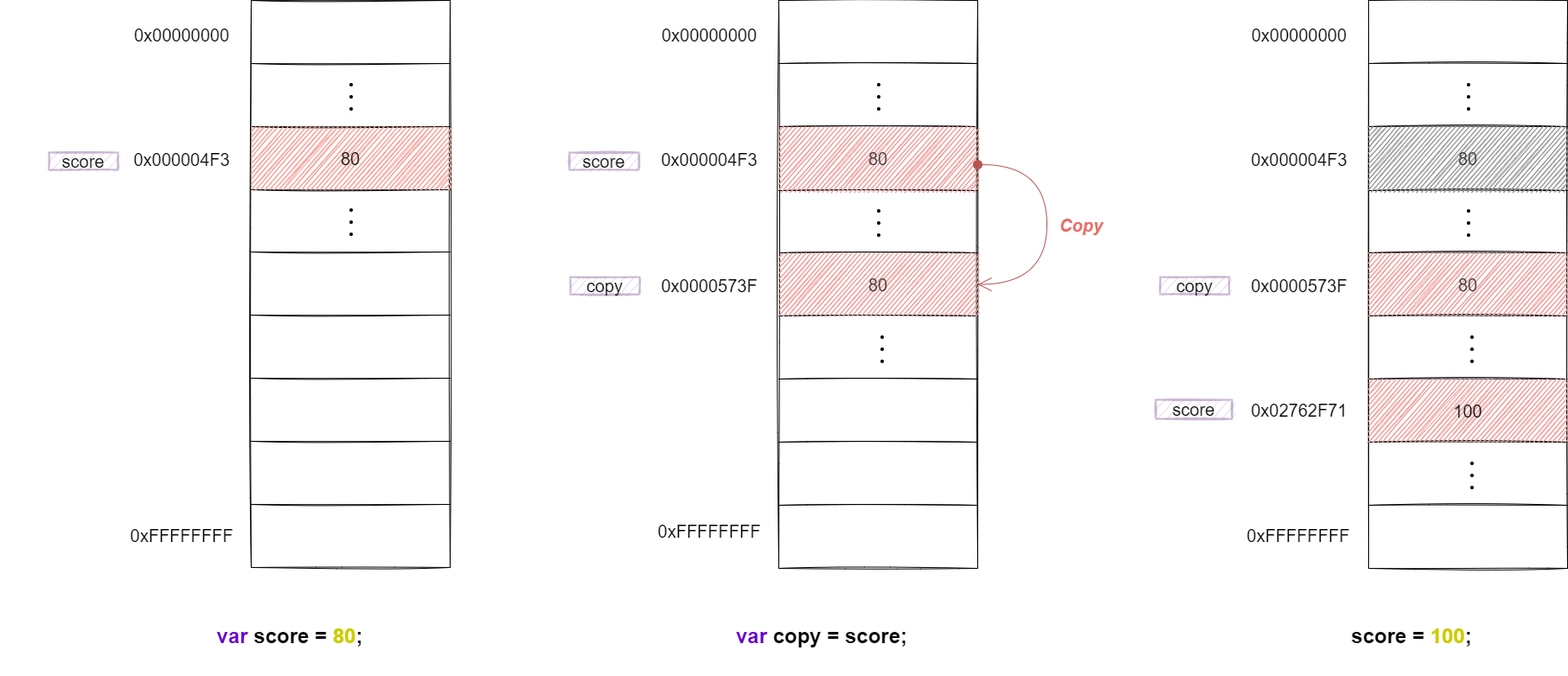
Before: JavaScript/images/pass_by_value2.png, a diagram exported from draw.io (canmarkme/Today-ILearned). Source tidied: cells renumbered, new cells last; positions are measured from the earlier drawing's top-left corner, leaving out a move shared by most shapes.
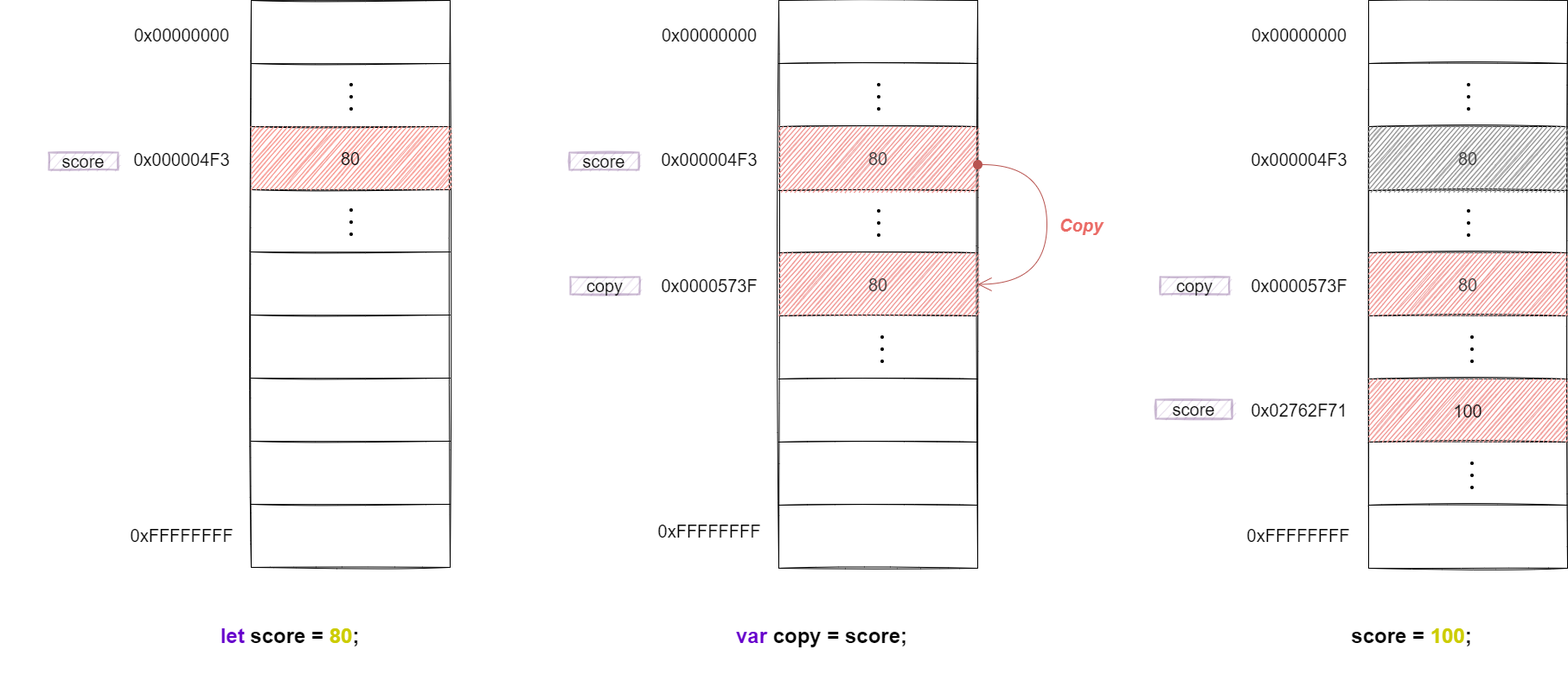
After the commit.

What changed in the source:
```diff
@@ -71,7 +71,7 @@
     <mxCell id="24" value="&lt;font style=&quot;font-size: 20px&quot;&gt;0xFFFFFFFF&lt;/font&gt;" style="text;html=1;strokeColor=none;fillColor=none;align=center;verticalAlign=middle;whiteSpace=wrap;rounded=0;sketch=0;" parent="2" vertex="1">
       <mxGeometry x="130" y="609" width="160" height="20" as="geometry" />
     </mxCell>
-    <mxCell id="25" value="&lt;h1&gt;&lt;font color=&quot;#6600cc&quot;&gt;var&lt;/font&gt; score = &lt;font color=&quot;#cccc00&quot;&gt;80&lt;/font&gt;;&lt;/h1&gt;" style="text;html=1;strokeColor=none;fillColor=none;align=center;verticalAlign=middle;whiteSpace=wrap;rounded=0;sketch=0;" parent="2" vertex="1">
+    <mxCell id="25" value="&lt;h1&gt;&lt;font color=&quot;#6600cc&quot;&gt;let&lt;/font&gt; score = &lt;font color=&quot;#cccc00&quot;&gt;80&lt;/font&gt;;&lt;/h1&gt;" style="text;html=1;strokeColor=none;fillColor=none;align=center;verticalAlign=middle;whiteSpace=wrap;rounded=0;sketch=0;" parent="2" vertex="1">
       <mxGeometry x="210" y="690" width="250" height="90" as="geometry" />
     </mxCell>
     <mxCell id="26" value="&lt;span style=&quot;font-size: 20px&quot;&gt;score&lt;/span&gt;" style="text;html=1;strokeColor=#9673a6;fillColor=#e1d5e7;align=center;verticalAlign=middle;whiteSpace=wrap;rounded=0;sketch=1;opacity=50;strokeWidth=2;" parent="2" vertex="1">
```
